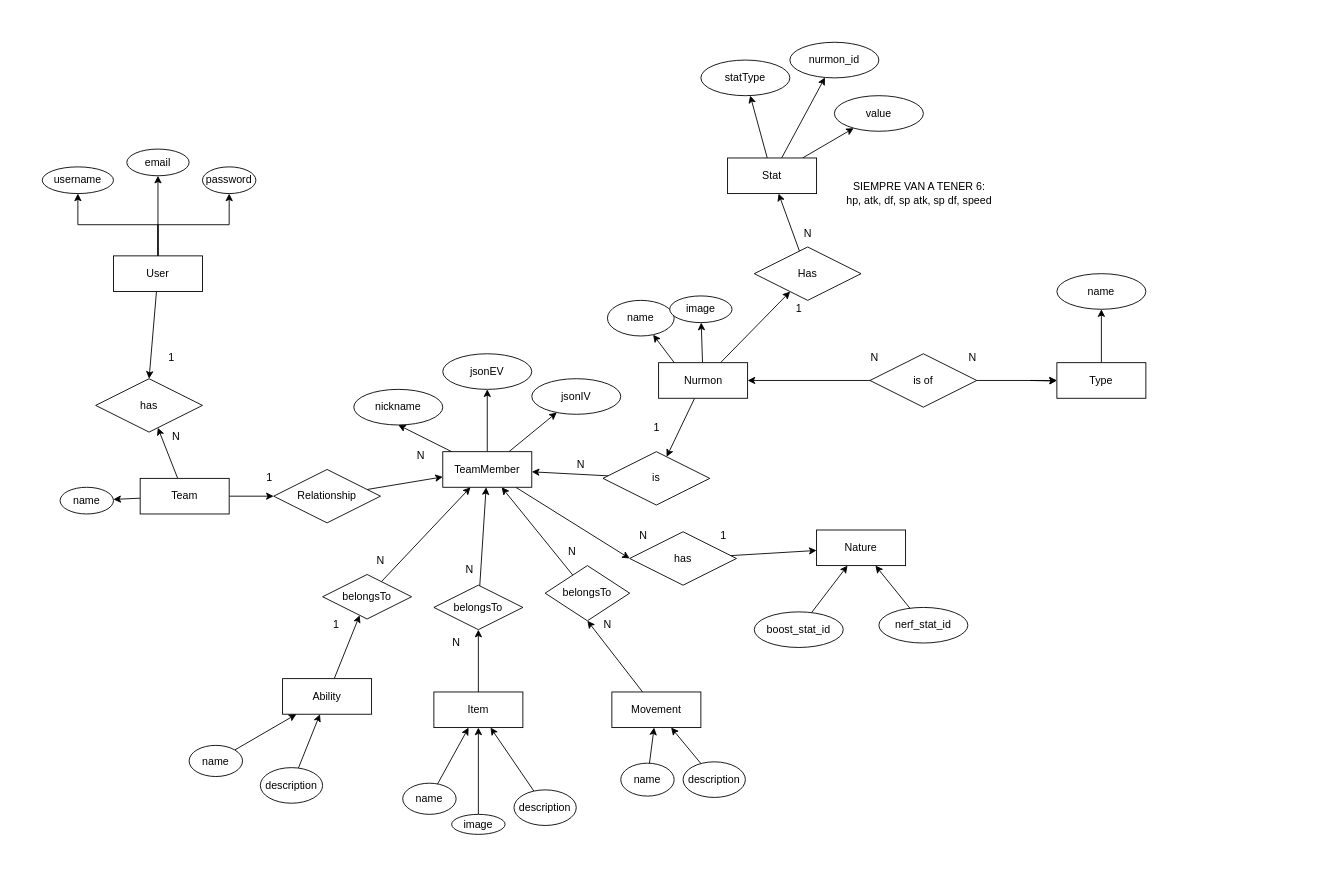
This is page "Página-1" (1 of 2) of backend/design/nurmon_team_design.drawio from CrimsomDuke/NurmonTeam, a draw.io file, before an edit. Source tidied: cells renumbered, new cells numbered last; positions are measured from the earlier drawing's top-left corner, leaving out a move shared by most shapes. Both pictures are drawn from the tidied source at 89%, with x=0, y=0 at pixel (42, 42).
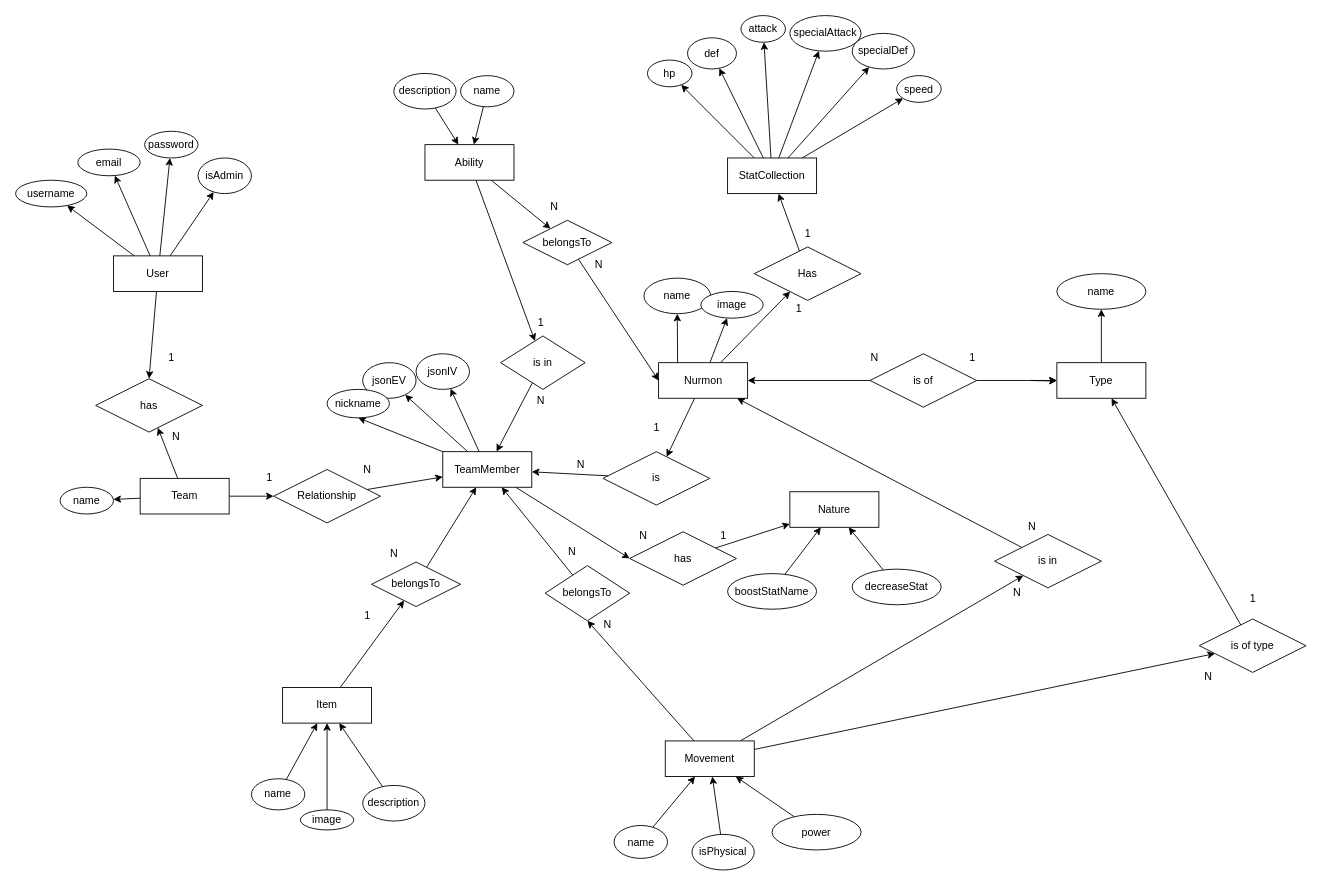
Above is the later version.

Unchanged cells that the change refers to:
```xml
<mxCell id="6" value="User" style="whiteSpace=wrap;html=1;align=center;" parent="1" vertex="1">
  <mxGeometry x="80" y="240" width="100" height="40" as="geometry" />
</mxCell>
<mxCell id="18" value="Nurmon" style="whiteSpace=wrap;html=1;align=center;" parent="1" vertex="1">
  <mxGeometry x="692.5" y="360" width="100" height="40" as="geometry" />
</mxCell>
<mxCell id="28" value="TeamMember" style="whiteSpace=wrap;html=1;align=center;" parent="1" vertex="1">
  <mxGeometry x="450" y="460" width="100" height="40" as="geometry" />
</mxCell>
<mxCell id="51" value="Type" style="whiteSpace=wrap;html=1;align=center;" parent="1" vertex="1">
  <mxGeometry x="1140" y="360" width="100" height="40" as="geometry" />
</mxCell>
```

Change to the diagram source:
```diff
@@
-    <mxCell id="2" style="edgeStyle=orthogonalEdgeStyle;rounded=0;jettySize=auto;html=1;" parent="1" edge="1" source="6" target="7">
+    <mxCell id="2" style="rounded=0;jettySize=auto;html=1;" parent="1" edge="1" source="6" target="7">
       <mxGeometry relative="1" as="geometry" />
     </mxCell>
-    <mxCell id="3" style="edgeStyle=orthogonalEdgeStyle;rounded=0;jettySize=auto;html=1;" parent="1" edge="1" source="6" target="8">
+    <mxCell id="3" style="rounded=0;jettySize=auto;html=1;" parent="1" edge="1" source="6" target="8">
       <mxGeometry relative="1" as="geometry" />
     </mxCell>
-    <mxCell id="4" style="edgeStyle=orthogonalEdgeStyle;rounded=0;jettySize=auto;html=1;" parent="1" edge="1" source="6" target="9">
+    <mxCell id="4" style="rounded=0;jettySize=auto;html=1;" parent="1" edge="1" source="6" target="9">
       <mxGeometry relative="1" as="geometry" />
     </mxCell>
@@
+    <mxCell id="103" style="rounded=0;jettySize=auto;html=1;" parent="1" edge="1" source="6" target="121">
+      <mxGeometry relative="1" as="geometry" />
+    </mxCell>
@@
     <mxCell id="7" value="username" style="ellipse;whiteSpace=wrap;html=1;align=center;" parent="1" vertex="1">
-      <mxGeometry y="140" width="80" height="30" as="geometry" />
+      <mxGeometry x="-30" y="155" width="80" height="30" as="geometry" />
     </mxCell>
     <mxCell id="8" value="email" style="ellipse;whiteSpace=wrap;html=1;align=center;" parent="1" vertex="1">
-      <mxGeometry x="95" y="120" width="70" height="30" as="geometry" />
+      <mxGeometry x="40" y="120" width="70" height="30" as="geometry" />
     </mxCell>
     <mxCell id="9" value="password" style="ellipse;whiteSpace=wrap;html=1;align=center;" parent="1" vertex="1">
-      <mxGeometry x="180" y="140" width="60" height="30" as="geometry" />
+      <mxGeometry x="115" y="100" width="60" height="30" as="geometry" />
     </mxCell>
@@
+    <mxCell id="104" style="rounded=0;jettySize=auto;html=1;" parent="1" edge="1" source="20" target="123">
+      <mxGeometry relative="1" as="geometry" />
+    </mxCell>
     <mxCell id="20" value="Ability" style="whiteSpace=wrap;html=1;align=center;" parent="1" vertex="1">
-      <mxGeometry x="270" y="715" width="100" height="40" as="geometry" />
+      <mxGeometry x="430" y="115" width="100" height="40" as="geometry" />
     </mxCell>
@@
     <mxCell id="22" value="Item" style="whiteSpace=wrap;html=1;align=center;" parent="1" vertex="1">
-      <mxGeometry x="440" y="730" width="100" height="40" as="geometry" />
+      <mxGeometry x="270" y="725" width="100" height="40" as="geometry" />
     </mxCell>
+    <mxCell id="105" style="rounded=0;jettySize=auto;html=1;" parent="1" edge="1" source="23" target="112">
+      <mxGeometry relative="1" as="geometry" />
+    </mxCell>
+    <mxCell id="106" style="rounded=0;jettySize=auto;html=1;" parent="1" edge="1" source="23" target="116">
+      <mxGeometry relative="1" as="geometry" />
+    </mxCell>
     <mxCell id="23" value="Movement" style="whiteSpace=wrap;html=1;align=center;" parent="1" vertex="1">
-      <mxGeometry x="640" y="730" width="100" height="40" as="geometry" />
+      <mxGeometry x="700" y="785" width="100" height="40" as="geometry" />
     </mxCell>
@@
     <mxCell id="34" value="N" style="text;html=1;align=center;verticalAlign=middle;strokeColor=none;fillColor=none;" parent="1" vertex="1">
-      <mxGeometry x="410" y="450" width="30" height="30" as="geometry" />
+      <mxGeometry x="350" y="465" width="30" height="30" as="geometry" />
     </mxCell>
@@
-    <mxCell id="37" style="rounded=0;jettySize=auto;html=1;" parent="1" edge="1" source="38" target="28">
-      <mxGeometry relative="1" as="geometry" />
-    </mxCell>
+    <mxCell id="107" style="rounded=0;jettySize=auto;html=1;entryX=0;entryY=0.5;entryDx=0;entryDy=0;" parent="1" edge="1" source="38" target="18">
+      <mxGeometry relative="1" as="geometry" />
+    </mxCell>
     <mxCell id="38" value="belongsTo" style="shape=rhombus;perimeter=rhombusPerimeter;whiteSpace=wrap;html=1;align=center;" parent="1" vertex="1">
-      <mxGeometry x="315" y="598" width="100" height="50" as="geometry" />
+      <mxGeometry x="540" y="200" width="100" height="50" as="geometry" />
     </mxCell>
-    <mxCell id="39" value="1" style="text;html=1;align=center;verticalAlign=middle;strokeColor=none;fillColor=none;" parent="1" vertex="1">
-      <mxGeometry x="315" y="640" width="30" height="30" as="geometry" />
+    <mxCell id="39" value="N" style="text;html=1;align=center;verticalAlign=middle;strokeColor=none;fillColor=none;" parent="1" vertex="1">
+      <mxGeometry x="560" y="170" width="30" height="30" as="geometry" />
     </mxCell>
     <mxCell id="40" value="N" style="text;html=1;align=center;verticalAlign=middle;strokeColor=none;fillColor=none;" parent="1" vertex="1">
-      <mxGeometry x="365" y="568" width="30" height="30" as="geometry" />
+      <mxGeometry x="610" y="235" width="30" height="30" as="geometry" />
     </mxCell>
@@
     <mxCell id="42" value="belongsTo" style="shape=rhombus;perimeter=rhombusPerimeter;whiteSpace=wrap;html=1;align=center;" parent="1" vertex="1">
-      <mxGeometry x="440" y="610" width="100" height="50" as="geometry" />
+      <mxGeometry x="370" y="584" width="100" height="50" as="geometry" />
     </mxCell>
     <mxCell id="43" value="N" style="text;html=1;align=center;verticalAlign=middle;strokeColor=none;fillColor=none;" parent="1" vertex="1">
-      <mxGeometry x="465" y="578" width="30" height="30" as="geometry" />
+      <mxGeometry x="380" y="560" width="30" height="30" as="geometry" />
     </mxCell>
-    <mxCell id="44" value="N" style="text;html=1;align=center;verticalAlign=middle;strokeColor=none;fillColor=none;" parent="1" vertex="1">
-      <mxGeometry x="450" y="660" width="30" height="30" as="geometry" />
+    <mxCell id="44" value="1" style="text;html=1;align=center;verticalAlign=middle;strokeColor=none;fillColor=none;" parent="1" vertex="1">
+      <mxGeometry x="350" y="630" width="30" height="30" as="geometry" />
     </mxCell>
@@
-    <mxCell id="56" value="N" style="text;html=1;align=center;verticalAlign=middle;strokeColor=none;fillColor=none;" parent="1" vertex="1">
+    <mxCell id="56" value="1" style="text;html=1;align=center;verticalAlign=middle;strokeColor=none;fillColor=none;" parent="1" vertex="1">
       <mxGeometry x="1030" y="340" width="30" height="30" as="geometry" />
     </mxCell>
@@
     <mxCell id="58" value="name" style="ellipse;whiteSpace=wrap;html=1;align=center;" parent="1" vertex="1">
-      <mxGeometry x="635" y="290" width="75" height="40" as="geometry" />
+      <mxGeometry x="676" y="265" width="75" height="40" as="geometry" />
     </mxCell>
@@
     <mxCell id="60" value="name" style="ellipse;whiteSpace=wrap;html=1;align=center;" parent="1" vertex="1">
-      <mxGeometry x="165" y="790" width="60" height="35" as="geometry" />
+      <mxGeometry x="470" y="37.5" width="60" height="35" as="geometry" />
     </mxCell>
@@
     <mxCell id="62" value="description" style="ellipse;whiteSpace=wrap;html=1;align=center;" parent="1" vertex="1">
-      <mxGeometry x="245" y="815" width="70" height="40" as="geometry" />
+      <mxGeometry x="395" y="35" width="70" height="40" as="geometry" />
     </mxCell>
@@
     <mxCell id="64" value="name" style="ellipse;whiteSpace=wrap;html=1;align=center;" parent="1" vertex="1">
-      <mxGeometry x="405" y="832.5" width="60" height="35" as="geometry" />
+      <mxGeometry x="235" y="827.5" width="60" height="35" as="geometry" />
     </mxCell>
@@
     <mxCell id="66" value="description" style="ellipse;whiteSpace=wrap;html=1;align=center;" parent="1" vertex="1">
-      <mxGeometry x="530" y="840" width="70" height="40" as="geometry" />
+      <mxGeometry x="360" y="835" width="70" height="40" as="geometry" />
     </mxCell>
@@
     <mxCell id="68" value="name" style="ellipse;whiteSpace=wrap;html=1;align=center;" parent="1" vertex="1">
-      <mxGeometry x="650" y="810" width="60" height="37" as="geometry" />
+      <mxGeometry x="642.5" y="880" width="60" height="37" as="geometry" />
     </mxCell>
@@
-    <mxCell id="70" value="description" style="ellipse;whiteSpace=wrap;html=1;align=center;" parent="1" vertex="1">
-      <mxGeometry x="720" y="808.5" width="70" height="40" as="geometry" />
+    <mxCell id="70" value="isPhysical" style="ellipse;whiteSpace=wrap;html=1;align=center;" parent="1" vertex="1">
+      <mxGeometry x="730" y="890" width="70" height="40" as="geometry" />
     </mxCell>
@@
     <mxCell id="72" value="Nature" style="whiteSpace=wrap;html=1;align=center;" parent="1" vertex="1">
-      <mxGeometry x="870" y="548" width="100" height="40" as="geometry" />
+      <mxGeometry x="840" y="505" width="100" height="40" as="geometry" />
     </mxCell>
     <mxCell id="73" value="jsonEV" style="ellipse;whiteSpace=wrap;html=1;align=center;" parent="1" vertex="1">
-      <mxGeometry x="450" y="350" width="100" height="40" as="geometry" />
+      <mxGeometry x="360" y="360" width="60" height="40" as="geometry" />
     </mxCell>
     <mxCell id="74" value="jsonIV" style="ellipse;whiteSpace=wrap;html=1;align=center;" parent="1" vertex="1">
-      <mxGeometry x="550" y="378" width="100" height="40" as="geometry" />
+      <mxGeometry x="420" y="350" width="60" height="40" as="geometry" />
     </mxCell>
     <mxCell id="75" value="nickname" style="ellipse;whiteSpace=wrap;html=1;align=center;" parent="1" vertex="1">
-      <mxGeometry x="350" y="390" width="100" height="40" as="geometry" />
+      <mxGeometry x="320" y="390" width="70" height="32" as="geometry" />
     </mxCell>
@@
+    <mxCell id="108" style="rounded=0;jettySize=auto;html=1;" parent="1" edge="1" source="79" target="126">
+      <mxGeometry relative="1" as="geometry" />
+    </mxCell>
+    <mxCell id="109" style="rounded=0;jettySize=auto;html=1;" parent="1" edge="1" source="79" target="127">
+      <mxGeometry relative="1" as="geometry" />
+    </mxCell>
+    <mxCell id="110" style="rounded=0;jettySize=auto;html=1;" parent="1" edge="1" source="79" target="128">
+      <mxGeometry relative="1" as="geometry" />
+    </mxCell>
-    <mxCell id="79" value="Stat" style="whiteSpace=wrap;html=1;align=center;" parent="1" vertex="1">
+    <mxCell id="79" value="StatCollection" style="whiteSpace=wrap;html=1;align=center;" parent="1" vertex="1">
       <mxGeometry x="770" y="130" width="100" height="40" as="geometry" />
     </mxCell>
@@
-    <mxCell id="82" value="statType" style="ellipse;whiteSpace=wrap;html=1;align=center;" parent="1" vertex="1">
-      <mxGeometry x="740" y="20" width="100" height="40" as="geometry" />
+    <mxCell id="82" value="hp" style="ellipse;whiteSpace=wrap;html=1;align=center;" parent="1" vertex="1">
+      <mxGeometry x="680" y="20" width="50" height="30" as="geometry" />
     </mxCell>
-    <mxCell id="83" value="value" style="ellipse;whiteSpace=wrap;html=1;align=center;" parent="1" vertex="1">
-      <mxGeometry x="890" y="60" width="100" height="40" as="geometry" />
+    <mxCell id="83" value="attack" style="ellipse;whiteSpace=wrap;html=1;align=center;" parent="1" vertex="1">
+      <mxGeometry x="785" y="-30" width="50" height="30" as="geometry" />
     </mxCell>
@@
-    <mxCell id="85" value="N" style="text;html=1;align=center;verticalAlign=middle;strokeColor=none;fillColor=none;" parent="1" vertex="1">
+    <mxCell id="85" value="1" style="text;html=1;align=center;verticalAlign=middle;strokeColor=none;fillColor=none;" parent="1" vertex="1">
       <mxGeometry x="845" y="200" width="30" height="30" as="geometry" />
     </mxCell>
-    <mxCell id="86" value="SIEMPRE VAN A TENER 6:&lt;br&gt;hp, atk, df, sp atk, sp df, speed" style="text;html=1;align=center;verticalAlign=middle;strokeColor=none;fillColor=none;" parent="1" vertex="1">
-      <mxGeometry x="890" y="150" width="190" height="40" as="geometry" />
-    </mxCell>
-    <mxCell id="87" value="nurmon_id" style="ellipse;whiteSpace=wrap;html=1;align=center;" parent="1" vertex="1">
-      <mxGeometry x="840" width="100" height="40" as="geometry" />
+    <mxCell id="87" value="def" style="ellipse;whiteSpace=wrap;html=1;align=center;" parent="1" vertex="1">
+      <mxGeometry x="725" y="-5" width="55" height="35" as="geometry" />
     </mxCell>
@@
-    <mxCell id="90" value="boost_stat_id" style="ellipse;whiteSpace=wrap;html=1;align=center;" parent="1" vertex="1">
-      <mxGeometry x="800" y="640" width="100" height="40" as="geometry" />
+    <mxCell id="90" value="boostStatName" style="ellipse;whiteSpace=wrap;html=1;align=center;" parent="1" vertex="1">
+      <mxGeometry x="770" y="597" width="100" height="40" as="geometry" />
     </mxCell>
@@
-    <mxCell id="92" value="nerf_stat_id" style="ellipse;whiteSpace=wrap;html=1;align=center;" parent="1" vertex="1">
-      <mxGeometry x="940" y="635" width="100" height="40" as="geometry" />
+    <mxCell id="92" value="decreaseStat" style="ellipse;whiteSpace=wrap;html=1;align=center;" parent="1" vertex="1">
+      <mxGeometry x="910" y="592" width="100" height="40" as="geometry" />
     </mxCell>
@@
     <mxCell id="100" value="image" style="ellipse;whiteSpace=wrap;html=1;align=center;" parent="1" vertex="1">
-      <mxGeometry x="705" y="285" width="70" height="30" as="geometry" />
+      <mxGeometry x="740" y="280" width="70" height="30" as="geometry" />
     </mxCell>
@@
     <mxCell id="102" value="image" style="ellipse;whiteSpace=wrap;html=1;align=center;" parent="1" vertex="1">
-      <mxGeometry x="460" y="867.5" width="60" height="22.5" as="geometry" />
+      <mxGeometry x="290" y="862.5" width="60" height="22.5" as="geometry" />
     </mxCell>
+    <mxCell id="111" style="rounded=0;jettySize=auto;html=1;" parent="1" edge="1" source="112" target="18">
+      <mxGeometry relative="1" as="geometry" />
+    </mxCell>
+    <mxCell id="112" value="is in" style="shape=rhombus;perimeter=rhombusPerimeter;whiteSpace=wrap;html=1;align=center;" parent="1" vertex="1">
+      <mxGeometry x="1070" y="553" width="120" height="60" as="geometry" />
+    </mxCell>
+    <mxCell id="113" value="N" style="text;html=1;align=center;verticalAlign=middle;strokeColor=none;fillColor=none;" parent="1" vertex="1">
+      <mxGeometry x="1080" y="604" width="30" height="30" as="geometry" />
+    </mxCell>
+    <mxCell id="114" value="N" style="text;html=1;align=center;verticalAlign=middle;strokeColor=none;fillColor=none;" parent="1" vertex="1">
+      <mxGeometry x="1097" y="530" width="30" height="30" as="geometry" />
+    </mxCell>
+    <mxCell id="115" style="rounded=0;jettySize=auto;html=1;" parent="1" edge="1" source="116" target="51">
+      <mxGeometry relative="1" as="geometry" />
+    </mxCell>
+    <mxCell id="116" value="is of type" style="shape=rhombus;perimeter=rhombusPerimeter;whiteSpace=wrap;html=1;align=center;" parent="1" vertex="1">
+      <mxGeometry x="1300" y="648" width="120" height="60" as="geometry" />
+    </mxCell>
+    <mxCell id="117" value="N" style="text;html=1;align=center;verticalAlign=middle;strokeColor=none;fillColor=none;" parent="1" vertex="1">
+      <mxGeometry x="1295" y="698" width="30" height="30" as="geometry" />
+    </mxCell>
+    <mxCell id="118" value="1" style="text;html=1;align=center;verticalAlign=middle;strokeColor=none;fillColor=none;" parent="1" vertex="1">
+      <mxGeometry x="1345" y="610" width="30" height="30" as="geometry" />
+    </mxCell>
+    <mxCell id="119" style="rounded=0;jettySize=auto;html=1;" parent="1" edge="1" source="120" target="23">
+      <mxGeometry relative="1" as="geometry" />
+    </mxCell>
+    <mxCell id="120" value="power" style="ellipse;whiteSpace=wrap;html=1;align=center;" parent="1" vertex="1">
+      <mxGeometry x="820" y="867.5" width="100" height="40" as="geometry" />
+    </mxCell>
+    <mxCell id="121" value="isAdmin" style="ellipse;whiteSpace=wrap;html=1;align=center;" parent="1" vertex="1">
+      <mxGeometry x="175" y="130" width="60" height="40" as="geometry" />
+    </mxCell>
+    <mxCell id="122" style="rounded=0;jettySize=auto;html=1;" parent="1" edge="1" source="123" target="28">
+      <mxGeometry relative="1" as="geometry" />
+    </mxCell>
+    <mxCell id="123" value="is in" style="shape=rhombus;perimeter=rhombusPerimeter;whiteSpace=wrap;html=1;align=center;" parent="1" vertex="1">
+      <mxGeometry x="515" y="330" width="95" height="60" as="geometry" />
+    </mxCell>
+    <mxCell id="124" value="1" style="text;html=1;align=center;verticalAlign=middle;strokeColor=none;fillColor=none;" parent="1" vertex="1">
+      <mxGeometry x="545" y="300" width="30" height="30" as="geometry" />
+    </mxCell>
+    <mxCell id="125" value="N" style="text;html=1;align=center;verticalAlign=middle;strokeColor=none;fillColor=none;" parent="1" vertex="1">
+      <mxGeometry x="545" y="388" width="30" height="30" as="geometry" />
+    </mxCell>
+    <mxCell id="126" value="specialAttack" style="ellipse;whiteSpace=wrap;html=1;align=center;" parent="1" vertex="1">
+      <mxGeometry x="840" y="-30" width="80" height="40" as="geometry" />
+    </mxCell>
+    <mxCell id="127" value="specialDef" style="ellipse;whiteSpace=wrap;html=1;align=center;" parent="1" vertex="1">
+      <mxGeometry x="910" y="-10" width="70" height="40" as="geometry" />
+    </mxCell>
+    <mxCell id="128" value="speed" style="ellipse;whiteSpace=wrap;html=1;align=center;" parent="1" vertex="1">
+      <mxGeometry x="960" y="37.5" width="50" height="30" as="geometry" />
+    </mxCell>
```
